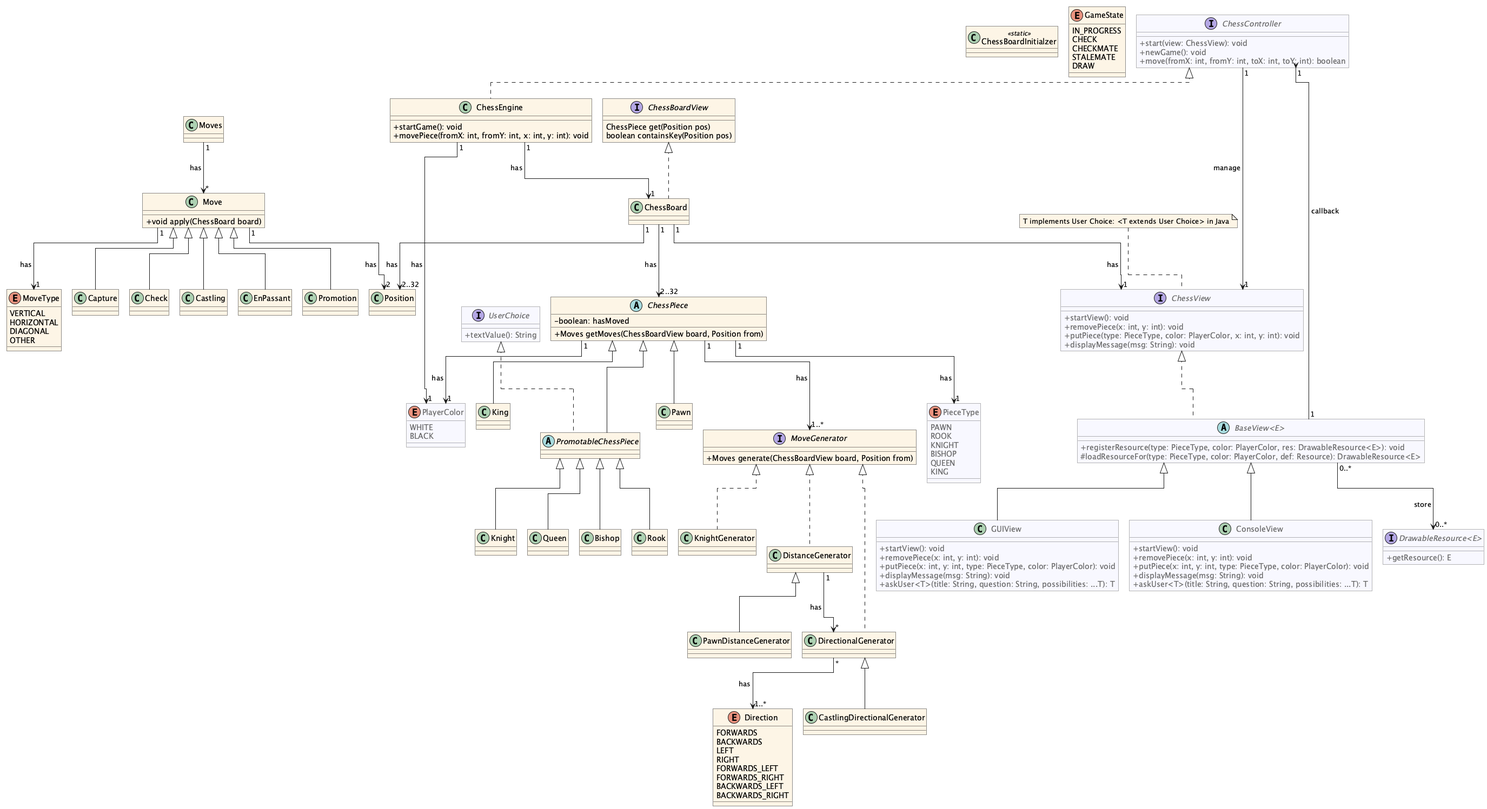
HEIG-VD-BA3-POO/labo08 keeps this PlantUML diagram as docs/uml.png. Above is the earlier version.
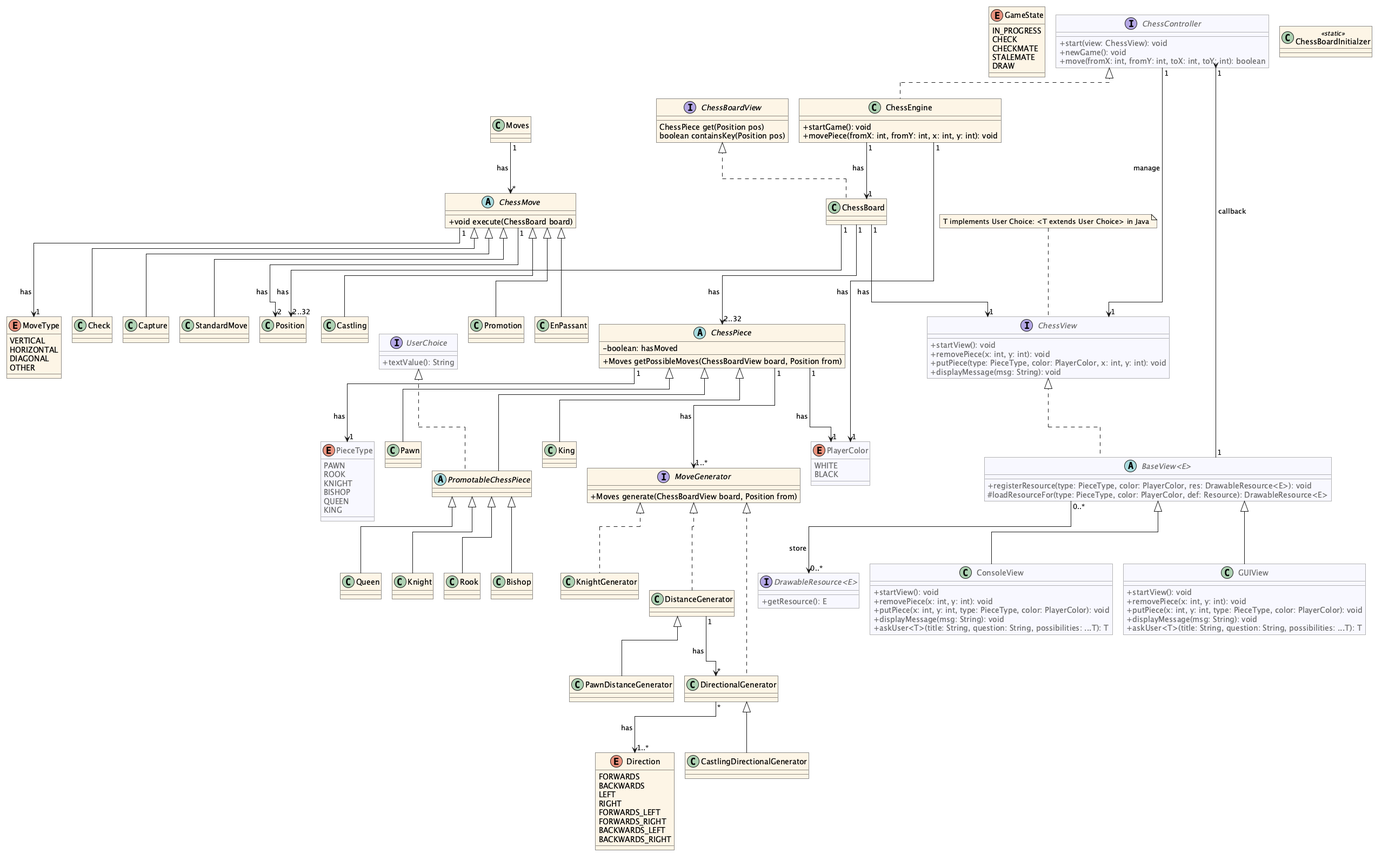
After the change.

Commit message:
Generalize Move into ChessMove

What changed in the source:
```diff
@@ -106,7 +106,7 @@
 
 abstract class ChessPiece {
     - boolean: hasMoved
-    + Moves getMoves(ChessBoardView board, Position from)
+    + Moves getPossibleMoves(ChessBoardView board, Position from)
 }
 abstract class PromotableChessPiece extends ChessPiece implements UserChoice {}
 class Pawn extends ChessPiece {}
@@ -137,11 +137,12 @@
     BACKWARDS_RIGHT
 }
 
-class Move {
-    + void apply(ChessBoard board)
-}
 
 class Moves {}
+
+abstract class ChessMove {
+    + void execute(ChessBoard board)
+}
 
 enum MoveType {
     VERTICAL
@@ -150,11 +151,12 @@
     OTHER
 }
 
-class Capture extends Move {}
-class Check extends Move {}
-class EnPassant extends Move {}
-class Castling extends Move {}
-class Promotion extends Move {}
+class StandardMove extends ChessMove {}
+class Capture extends ChessMove {}
+class Check extends ChessMove {}
+class EnPassant extends ChessMove {}
+class Castling extends ChessMove {}
+class Promotion extends ChessMove {}
 
 ChessController "1" --> "1" ChessView : manage >
 "BaseView<E>" "1" --> "1" ChessController : callback >
@@ -172,8 +174,8 @@
 DirectionalGenerator "*" --> "1..*" Direction : has >
 DistanceGenerator "1" --> "*" DirectionalGenerator : has >
 
-Move "1" --> "2" Position : has >
-Move "1" --> "1" MoveType : has >
-Moves "1" --> "*" Move : has >
+ChessMove "1" --> "2" Position : has >
+ChessMove "1" --> "1" MoveType : has >
+Moves "1" --> "*" ChessMove : has >
 
 @enduml
```
